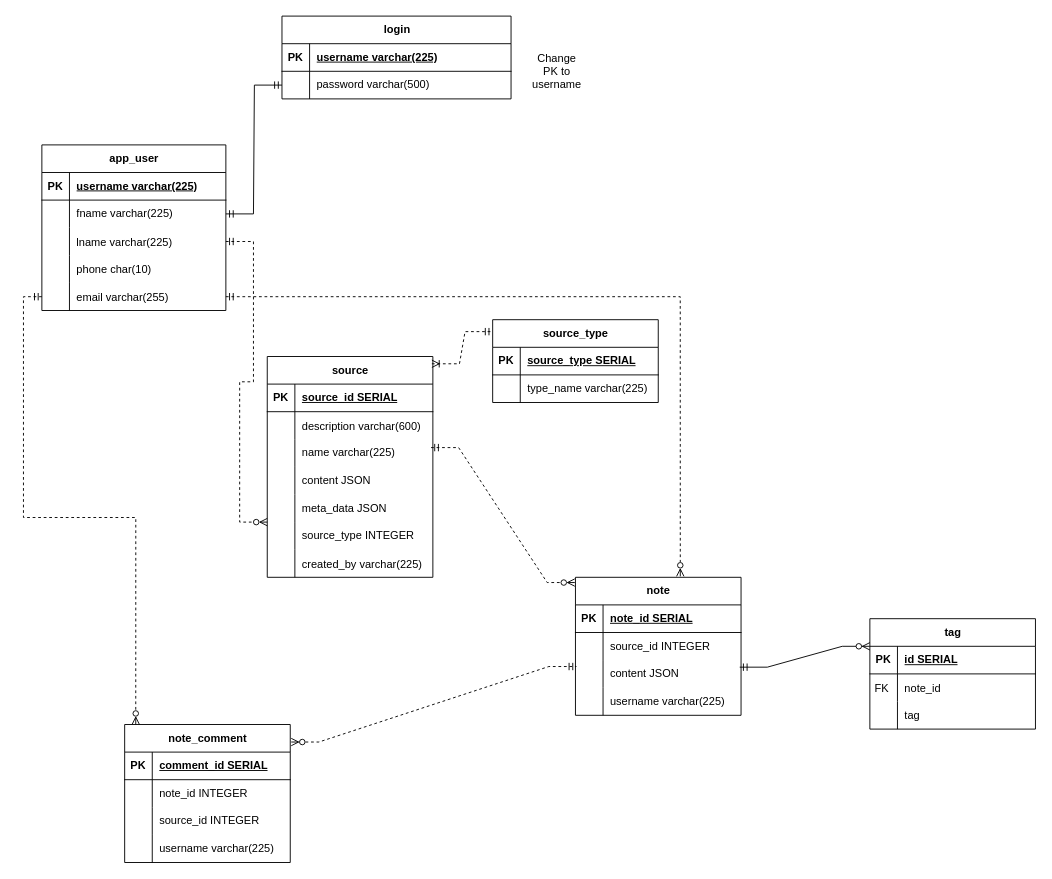
Above: documentation/db_ER_diagram/CapstoneDB.drawio in Cwill124/Group3Spring2024Capstone (draw.io), before the change. Source tidied: cells renumbered, new cells numbered last; positions are measured from the earlier drawing's top-left corner, leaving out a move shared by most shapes. Both pictures are drawn from the tidied source at 92%, with x=0, y=0 at pixel (41, 16).
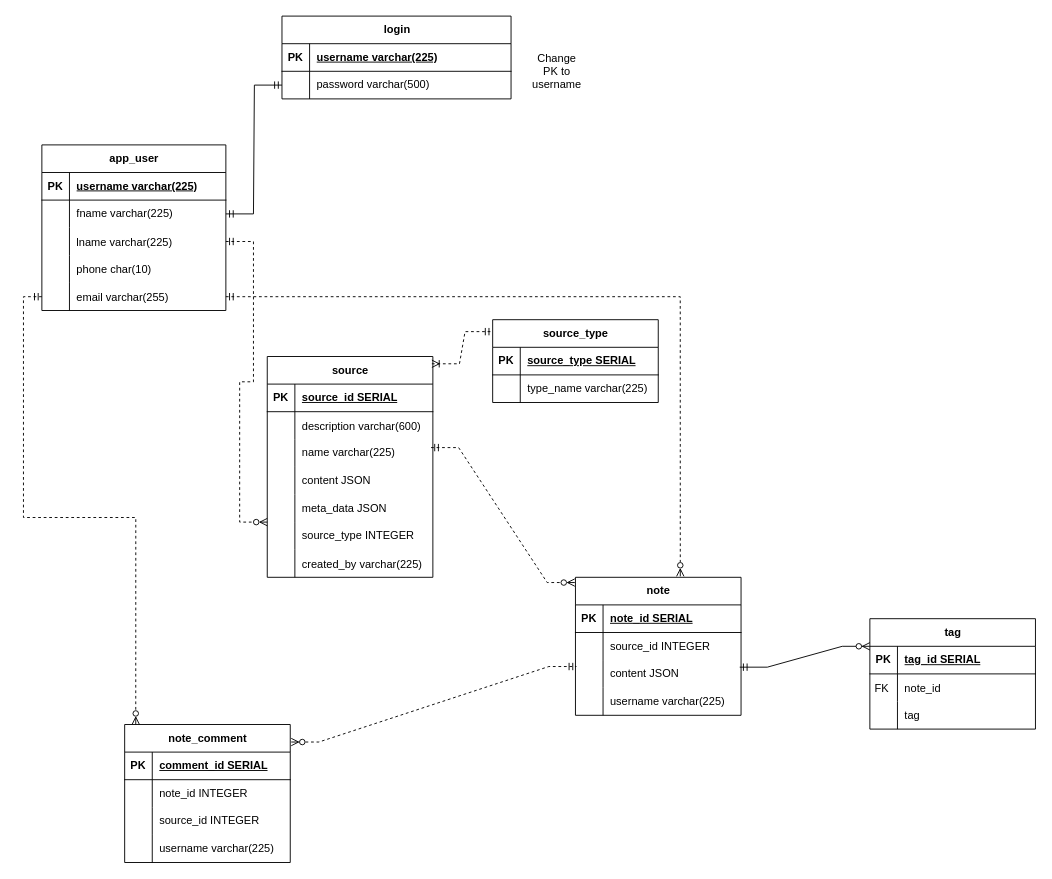
The same diagram, later.

The change refers to these unchanged cells:
```xml
<mxCell id="89" style="shape=tableRow;horizontal=0;startSize=0;swimlaneHead=0;swimlaneBody=0;fillColor=none;top=0;left=0;right=0;bottom=1;" parent="88" vertex="1">
  <mxGeometry y="30" width="180" height="30" as="geometry" />
</mxCell>
```

Diff of the diagram source:
```diff
@@
-    <mxCell id="91" value="id SERIAL" style="shape=partialRectangle;fillColor=none;top=0;left=0;bottom=0;right=0;align=left;spacingLeft=6;fontStyle=5;overflow=hidden;whiteSpace=wrap;html=1;" parent="89" vertex="1">
+    <mxCell id="91" value="tag_id SERIAL" style="shape=partialRectangle;fillColor=none;top=0;left=0;bottom=0;right=0;align=left;spacingLeft=6;fontStyle=5;overflow=hidden;whiteSpace=wrap;html=1;" parent="89" vertex="1">
       <mxGeometry x="30" width="150" height="30" as="geometry" />
     </mxCell>
```
